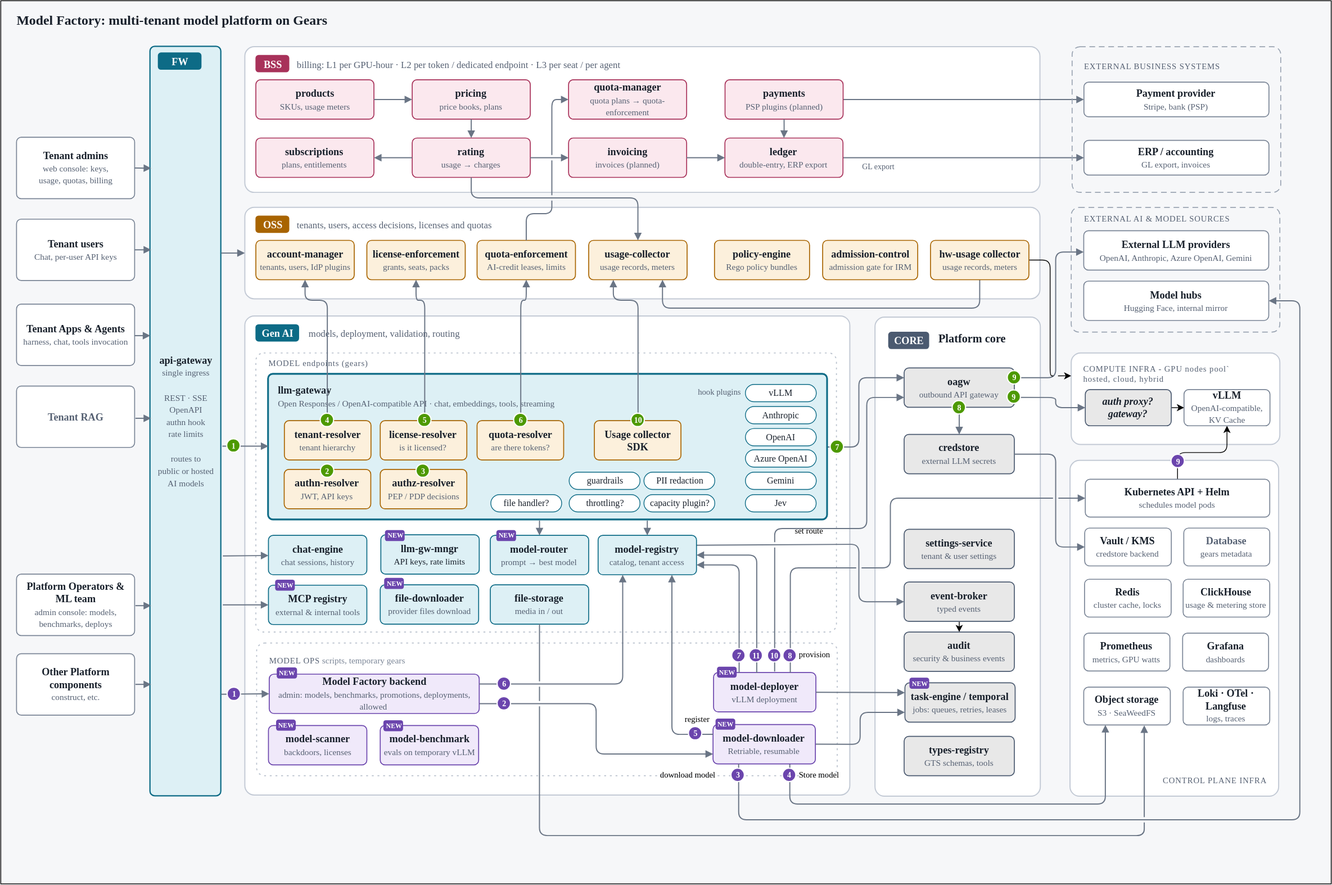
Before: docs/img/model-factory.drawio.svg, a diagram exported from draw.io (constructorfabric/token-factory). Source tidied: cells renumbered, new cells last; positions are measured from the earlier drawing's top-left corner, leaving out a move shared by most shapes.
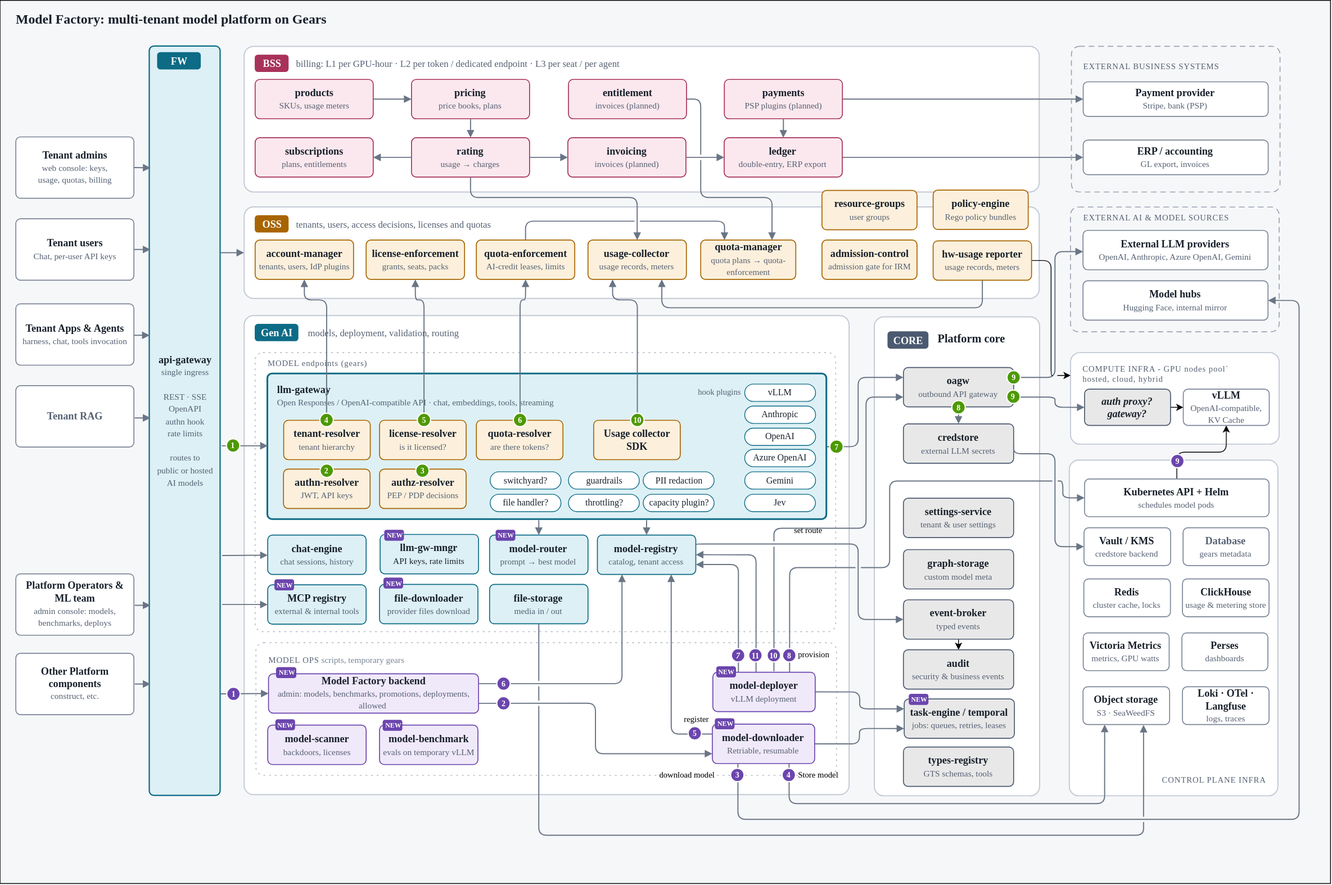
Above is the later version.

Diff of the diagram source:
```diff
@@ -62,3 +62,3 @@
     <mxCell id="21" value="&lt;span style=&quot;font-weight:600&quot;&gt;settings-service&lt;/span&gt;&lt;br&gt;&lt;span style=&quot;font-size:11px;color:#566173&quot;&gt;tenant &amp;amp; user settings&lt;/span&gt;" style="rounded=1;absoluteArcSize=1;arcSize=12;whiteSpace=wrap;html=1;fillColor=light-dark(#e8e8e8, #1e2025);strokeColor=#4b5a70;strokeWidth=1.2;align=center;verticalAlign=middle;spacing=4;spacingTop=0;fontSize=13;fontColor=#18202b;fontFamily=IBM Plex Sans Condensed;fontSource=https%3A%2F%2Ffonts.googleapis.com%2Fcss%3Ffamily%3DIBM%2BPlex%2BSans%2BCondensed%3A400%2C500%2C600;" parent="1" vertex="1">
-      <mxGeometry x="1147.5" y="671" width="140" height="50" as="geometry" />
+      <mxGeometry x="1147.5" y="632" width="140" height="50" as="geometry" />
     </mxCell>
@@ -83,3 +83,3 @@
           <mxPoint x="1090" y="690" />
-          <mxPoint x="1090" y="763" />
+          <mxPoint x="1090" y="786" />
         </Array>
@@ -106,3 +106,3 @@
     <mxCell id="32" value="&lt;span style=&quot;font-weight:600&quot;&gt;task-engine / temporal&lt;/span&gt;&lt;br&gt;&lt;span style=&quot;font-size: 11px; color: rgb(86, 97, 115);&quot;&gt;jobs: queues, retries, leases&lt;/span&gt;" style="rounded=1;absoluteArcSize=1;arcSize=12;whiteSpace=wrap;html=1;fillColor=light-dark(#e8e8e8, #1e2025);strokeColor=#4b5a70;strokeWidth=1.2;align=center;verticalAlign=middle;spacing=4;spacingTop=0;fontSize=13;fontColor=#18202b;fontFamily=IBM Plex Sans Condensed;fontSource=https%3A%2F%2Ffonts.googleapis.com%2Fcss%3Ffamily%3DIBM%2BPlex%2BSans%2BCondensed%3A400%2C500%2C600;" parent="1" vertex="1">
-      <mxGeometry x="1148.5" y="866" width="140" height="50" as="geometry" />
+      <mxGeometry x="1148.5" y="887" width="140" height="50" as="geometry" />
     </mxCell>
@@ -115,3 +115,3 @@
     <mxCell id="35" value="&lt;span style=&quot;font-weight:600&quot;&gt;credstore&lt;/span&gt;&lt;br&gt;&lt;span style=&quot;font-size:11px;color:#566173&quot;&gt;external LLM secrets&lt;/span&gt;" style="rounded=1;absoluteArcSize=1;arcSize=12;whiteSpace=wrap;html=1;fillColor=light-dark(#e8e8e8, #1e2025);strokeColor=#4b5a70;strokeWidth=1.2;align=center;verticalAlign=middle;spacing=4;spacingTop=0;fontSize=13;fontColor=#18202b;fontFamily=IBM Plex Sans Condensed;fontSource=https%3A%2F%2Ffonts.googleapis.com%2Fcss%3Ffamily%3DIBM%2BPlex%2BSans%2BCondensed%3A400%2C500%2C600;" parent="1" vertex="1">
-      <mxGeometry x="1147.5" y="550.5" width="140" height="50" as="geometry" />
+      <mxGeometry x="1147.5" y="537.5" width="140" height="50" as="geometry" />
     </mxCell>
@@ -136,3 +136,3 @@
     <mxCell id="42" value="&lt;span style=&quot;font-weight:600&quot;&gt;types-registry&lt;/span&gt;&lt;br&gt;&lt;span style=&quot;font-size:11px;color:#566173&quot;&gt;GTS schemas, tools&lt;/span&gt;" style="rounded=1;absoluteArcSize=1;arcSize=12;whiteSpace=wrap;html=1;fillColor=light-dark(#e8e8e8, #1e2025);strokeColor=#4b5a70;strokeWidth=1.2;align=center;verticalAlign=middle;spacing=4;spacingTop=0;fontSize=13;fontColor=#18202b;fontFamily=IBM Plex Sans Condensed;fontSource=https%3A%2F%2Ffonts.googleapis.com%2Fcss%3Ffamily%3DIBM%2BPlex%2BSans%2BCondensed%3A400%2C500%2C600;" parent="1" vertex="1">
-      <mxGeometry x="1147.5" y="934" width="140" height="50" as="geometry" />
+      <mxGeometry x="1147.5" y="948" width="140" height="50" as="geometry" />
     </mxCell>
@@ -142,6 +142,6 @@
     <mxCell id="44" value="&lt;span style=&quot;font-weight:600&quot;&gt;event-broker&lt;/span&gt;&lt;br&gt;&lt;span style=&quot;font-size:11px;color:#566173&quot;&gt;typed events&lt;/span&gt;" style="rounded=1;absoluteArcSize=1;arcSize=12;whiteSpace=wrap;html=1;fillColor=light-dark(#e8e8e8, #1e2025);strokeColor=#4b5a70;strokeWidth=1.2;align=center;verticalAlign=middle;spacing=4;spacingTop=0;fontSize=13;fontColor=#18202b;fontFamily=IBM Plex Sans Condensed;fontSource=https%3A%2F%2Ffonts.googleapis.com%2Fcss%3Ffamily%3DIBM%2BPlex%2BSans%2BCondensed%3A400%2C500%2C600;" parent="1" vertex="1">
-      <mxGeometry x="1147.5" y="738" width="140" height="50" as="geometry" />
+      <mxGeometry x="1147.5" y="761" width="140" height="50" as="geometry" />
     </mxCell>
     <mxCell id="45" value="&lt;span style=&quot;font-weight:600&quot;&gt;policy-engine&lt;/span&gt;&lt;br&gt;&lt;span style=&quot;font-size:11px;color:#566173&quot;&gt;Rego policy bundles&lt;/span&gt;" style="rounded=1;absoluteArcSize=1;arcSize=12;whiteSpace=wrap;html=1;fillColor=#fcf0dc;strokeColor=#a86400;strokeWidth=1.2;align=center;verticalAlign=middle;spacing=4;spacingTop=0;fontSize=13;fontColor=#18202b;fontFamily=IBM Plex Sans Condensed;fontSource=https%3A%2F%2Ffonts.googleapis.com%2Fcss%3Ffamily%3DIBM%2BPlex%2BSans%2BCondensed%3A400%2C500%2C600;" parent="1" vertex="1">
-      <mxGeometry x="906.6" y="304" width="120.8" height="50" as="geometry" />
+      <mxGeometry x="1185.2" y="240.6" width="120.8" height="50" as="geometry" />
     </mxCell>
@@ -174,3 +174,3 @@
     </mxCell>
-    <mxCell id="55" value="&lt;span style=&quot;font-weight:600&quot;&gt;Prometheus&lt;/span&gt;&lt;br&gt;&lt;span style=&quot;font-size: 11px; color: rgb(86, 97, 115);&quot;&gt;metrics, GPU watts&lt;/span&gt;" style="rounded=1;absoluteArcSize=1;arcSize=12;whiteSpace=wrap;html=1;fillColor=#ffffff;strokeColor=#7a8596;strokeWidth=1.2;align=center;verticalAlign=middle;spacing=4;spacingTop=0;fontSize=13;fontColor=#18202b;fontFamily=IBM Plex Sans Condensed;fontSource=https%3A%2F%2Ffonts.googleapis.com%2Fcss%3Ffamily%3DIBM%2BPlex%2BSans%2BCondensed%3A400%2C500%2C600;" parent="1" vertex="1">
+    <mxCell id="55" value="&lt;span style=&quot;font-weight:600&quot;&gt;Victoria Metrics&lt;/span&gt;&lt;br&gt;&lt;span style=&quot;font-size: 11px; color: rgb(86, 97, 115);&quot;&gt;metrics, GPU watts&lt;/span&gt;" style="rounded=1;absoluteArcSize=1;arcSize=12;whiteSpace=wrap;html=1;fillColor=#ffffff;strokeColor=#7a8596;strokeWidth=1.2;align=center;verticalAlign=middle;spacing=4;spacingTop=0;fontSize=13;fontColor=#18202b;fontFamily=IBM Plex Sans Condensed;fontSource=https%3A%2F%2Ffonts.googleapis.com%2Fcss%3Ffamily%3DIBM%2BPlex%2BSans%2BCondensed%3A400%2C500%2C600;" parent="1" vertex="1">
       <mxGeometry x="1375.9" y="803" width="109.2" height="48" as="geometry" />
@@ -314,3 +314,3 @@
     <mxCell id="87" value="&lt;span style=&quot;font-weight:600&quot;&gt;audit&lt;/span&gt;&lt;br&gt;&lt;span style=&quot;font-size:11px;color:#566173&quot;&gt;security &amp;amp; business events&lt;/span&gt;" style="rounded=1;absoluteArcSize=1;arcSize=12;whiteSpace=wrap;html=1;fillColor=light-dark(#e8e8e8, #1e2025);strokeColor=#4b5a70;strokeWidth=1.2;align=center;verticalAlign=middle;spacing=4;spacingTop=0;fontSize=13;fontColor=#18202b;fontFamily=IBM Plex Sans Condensed;fontSource=https%3A%2F%2Ffonts.googleapis.com%2Fcss%3Ffamily%3DIBM%2BPlex%2BSans%2BCondensed%3A400%2C500%2C600;" parent="1" vertex="1">
-      <mxGeometry x="1147.5" y="801.5" width="140" height="50" as="geometry" />
+      <mxGeometry x="1147.5" y="824.5" width="140" height="50" as="geometry" />
     </mxCell>
@@ -354,5 +354,2 @@
     </mxCell>
-    <mxCell id="99" value="&lt;span style=&quot;font-weight:600&quot;&gt;quota-manager&lt;/span&gt;&lt;br&gt;&lt;span style=&quot;font-size:11px;color:#566173&quot;&gt;quota plans → quota-enforcement&lt;/span&gt;" style="rounded=1;absoluteArcSize=1;arcSize=12;whiteSpace=wrap;html=1;fillColor=#fbe8ee;strokeColor=#a8325a;strokeWidth=1.2;align=center;verticalAlign=middle;spacing=4;spacingTop=0;fontSize=13;fontColor=#18202b;fontFamily=IBM Plex Sans Condensed;fontSource=https%3A%2F%2Ffonts.googleapis.com%2Fcss%3Ffamily%3DIBM%2BPlex%2BSans%2BCondensed%3A400%2C500%2C600;" parent="95" vertex="1">
-      <mxGeometry x="397.2" width="150" height="50" as="geometry" />
-    </mxCell>
     <mxCell id="100" value="&lt;span style=&quot;font-weight:600&quot;&gt;payments&lt;/span&gt;&lt;br&gt;&lt;span style=&quot;font-size:11px;color:#566173&quot;&gt;PSP plugins (planned)&lt;/span&gt;" style="rounded=1;absoluteArcSize=1;arcSize=12;whiteSpace=wrap;html=1;fillColor=#fbe8ee;strokeColor=#a8325a;strokeWidth=1.2;align=center;verticalAlign=middle;spacing=4;spacingTop=0;fontSize=13;fontColor=#18202b;fontFamily=IBM Plex Sans Condensed;fontSource=https%3A%2F%2Ffonts.googleapis.com%2Fcss%3Ffamily%3DIBM%2BPlex%2BSans%2BCondensed%3A400%2C500%2C600;" parent="95" vertex="1">
@@ -387,5 +384,2 @@
     </mxCell>
-    <mxCell id="110" value="GL export" style="text;html=1;whiteSpace=nowrap;align=left;verticalAlign=top;spacing=0;fontSize=10;fontColor=#566173;fontFamily=IBM Plex Sans Condensed;fontSource=https%3A%2F%2Ffonts.googleapis.com%2Fcss%3Ffamily%3DIBM%2BPlex%2BSans%2BCondensed%3A400%2C500%2C600;" parent="95" vertex="1">
-      <mxGeometry x="770.3" y="100" width="43.9" height="13" as="geometry" />
-    </mxCell>
     <mxCell id="111" value="CORE" style="rounded=1;absoluteArcSize=1;arcSize=8;html=1;fillColor=#4b5a70;strokeColor=none;fontColor=#ffffff;fontSize=13;fontStyle=1;fontFamily=IBM Plex Sans;fontSource=https%3A%2F%2Ffonts.googleapis.com%2Fcss%3Ffamily%3DIBM%2BPlex%2BSans%3A400%2C600;align=center;verticalAlign=middle;spacing=0;" parent="1" vertex="1">
@@ -402,5 +396,7 @@
         <Array as="points">
-          <mxPoint x="1002.9" y="720" />
+          <mxPoint x="1003" y="720" />
           <mxPoint x="1130" y="720" />
-          <mxPoint x="1130" y="631.4" />
+          <mxPoint x="1130" y="610" />
+          <mxPoint x="1350" y="610" />
+          <mxPoint x="1350" y="631.5" />
         </Array>
@@ -408,3 +404,3 @@
     </mxCell>
-    <mxCell id="115" value="&lt;span style=&quot;font-weight:600&quot;&gt;Grafana&lt;/span&gt;&lt;br&gt;&lt;span style=&quot;font-size: 11px; color: rgb(86, 97, 115);&quot;&gt;dashboards&lt;/span&gt;" style="rounded=1;absoluteArcSize=1;arcSize=12;whiteSpace=wrap;html=1;fillColor=#ffffff;strokeColor=#7a8596;strokeWidth=1.2;align=center;verticalAlign=middle;spacing=4;spacingTop=0;fontSize=13;fontColor=#18202b;fontFamily=IBM Plex Sans Condensed;fontSource=https://fonts.googleapis.com/css?family=IBM+Plex+Sans+Condensed:400,500,600;" parent="1" vertex="1">
+    <mxCell id="115" value="&lt;span style=&quot;font-weight:600&quot;&gt;Perses&lt;/span&gt;&lt;br&gt;&lt;span style=&quot;font-size: 11px; color: rgb(86, 97, 115);&quot;&gt;dashboards&lt;/span&gt;" style="rounded=1;absoluteArcSize=1;arcSize=12;whiteSpace=wrap;html=1;fillColor=#ffffff;strokeColor=#7a8596;strokeWidth=1.2;align=center;verticalAlign=middle;spacing=4;spacingTop=0;fontSize=13;fontColor=#18202b;fontFamily=IBM Plex Sans Condensed;fontSource=https://fonts.googleapis.com/css?family=IBM+Plex+Sans+Condensed:400,500,600;" parent="1" vertex="1">
       <mxGeometry x="1501.2" y="803" width="109.2" height="48" as="geometry" />
@@ -504,8 +500,7 @@
     </mxCell>
-    <mxCell id="140" style="edgeStyle=orthogonalEdgeStyle;rounded=1;html=1;endArrow=block;endFill=1;endSize=6;strokeColor=#6a7585;strokeWidth=1.4;exitX=0.5;exitY=0;exitDx=0;exitDy=0;entryX=0;entryY=0.5;entryDx=0;entryDy=0;jumpStyle=gap;" parent="1" edge="1" source="19" target="99">
+    <mxCell id="140" style="edgeStyle=orthogonalEdgeStyle;rounded=1;html=1;endArrow=block;endFill=1;endSize=6;strokeColor=#6a7585;strokeWidth=1.4;exitX=0.5;exitY=0;exitDx=0;exitDy=0;entryX=0.25;entryY=0;entryDx=0;entryDy=0;jumpStyle=gap;" parent="1" edge="1" source="19" target="99">
       <mxGeometry relative="1" as="geometry">
         <Array as="points">
-          <mxPoint x="667.5" y="270" />
-          <mxPoint x="700" y="270" />
-          <mxPoint x="700" y="125" />
+          <mxPoint x="667.5" y="280.1" />
+          <mxPoint x="920.1" y="280.1" />
         </Array>
@@ -680,3 +675,3 @@
     <mxCell id="188" value="NEW" style="rounded=1;absoluteArcSize=1;arcSize=6;html=1;fillColor=#6b45ad;strokeColor=none;fontColor=#ffffff;fontSize=8.5;fontStyle=1;fontFamily=IBM Plex Mono;fontSource=https://fonts.googleapis.com/css?family=IBM+Plex+Mono:500,600;align=center;verticalAlign=middle;spacing=0;" parent="1" vertex="1">
-      <mxGeometry x="1154.8" y="860" width="25" height="14" as="geometry" />
+      <mxGeometry x="1154.8" y="881" width="25" height="14" as="geometry" />
     </mxCell>
@@ -697,4 +692,4 @@
         <Array as="points">
-          <mxPoint x="1243.5" y="390.1" />
-          <mxPoint x="840.5" y="390.1" />
+          <mxPoint x="1247.8" y="390.1" />
+          <mxPoint x="840.6" y="390.1" />
         </Array>
@@ -702,5 +697,29 @@
     </mxCell>
-    <mxCell id="194" value="&lt;span style=&quot;font-weight:600&quot;&gt;hw-usage collector&lt;/span&gt;&lt;br&gt;&lt;span style=&quot;font-size: 11px; color: rgb(86, 97, 115);&quot;&gt;usage records, meters&lt;/span&gt;" style="rounded=1;absoluteArcSize=1;arcSize=12;whiteSpace=wrap;html=1;fillColor=#fcf0dc;strokeColor=#a86400;strokeWidth=1.2;align=center;verticalAlign=middle;spacing=4;spacingTop=0;fontSize=13;fontColor=#18202b;fontFamily=IBM Plex Sans Condensed;fontSource=https://fonts.googleapis.com/css?family=IBM+Plex+Sans+Condensed:400,500,600;" parent="1" vertex="1">
-      <mxGeometry x="1181" y="304" width="125" height="50" as="geometry" />
+    <mxCell id="194" value="&lt;span style=&quot;font-weight:600&quot;&gt;hw-usage reporter&lt;/span&gt;&lt;br&gt;&lt;span style=&quot;font-size: 11px; color: rgb(86, 97, 115);&quot;&gt;usage records, meters&lt;/span&gt;" style="rounded=1;absoluteArcSize=1;arcSize=12;whiteSpace=wrap;html=1;fillColor=#fcf0dc;strokeColor=#a86400;strokeWidth=1.2;align=center;verticalAlign=middle;spacing=4;spacingTop=0;fontSize=13;fontColor=#18202b;fontFamily=IBM Plex Sans Condensed;fontSource=https://fonts.googleapis.com/css?family=IBM+Plex+Sans+Condensed:400,500,600;" parent="1" vertex="1">
+      <mxGeometry x="1185.2" y="305" width="125" height="50" as="geometry" />
     </mxCell>
+    <mxCell id="99" value="&lt;span style=&quot;font-weight:600&quot;&gt;quota-manager&lt;/span&gt;&lt;br&gt;&lt;span style=&quot;font-size:11px;color:#566173&quot;&gt;quota plans → quota-enforcement&lt;/span&gt;" style="rounded=1;absoluteArcSize=1;arcSize=12;whiteSpace=wrap;html=1;fillColor=#fcf0dc;strokeColor=#a86400;strokeWidth=1.2;align=center;verticalAlign=middle;spacing=4;spacingTop=0;fontSize=13;fontColor=#18202b;fontFamily=IBM Plex Sans Condensed;fontSource=https%3A%2F%2Ffonts.googleapis.com%2Fcss%3Ffamily%3DIBM%2BPlex%2BSans%2BCondensed%3A400%2C500%2C600;" parent="1" vertex="1">
+      <mxGeometry x="890" y="304" width="120.8" height="50" as="geometry" />
+    </mxCell>
+    <mxCell id="195" style="edgeStyle=orthogonalEdgeStyle;html=1;exitX=1;exitY=0.5;exitDx=0;exitDy=0;jumpStyle=gap;rounded=1;strokeColor=#6a7585;strokeWidth=1.4;align=center;verticalAlign=middle;fontFamily=Helvetica;fontSize=11;fontColor=default;labelBackgroundColor=default;endArrow=block;endFill=1;endSize=6;entryX=0.75;entryY=0;entryDx=0;entryDy=0;" parent="1" edge="1" source="196" target="99">
+      <mxGeometry relative="1" as="geometry">
+        <Array as="points">
+          <mxPoint x="890" y="125" />
+          <mxPoint x="890" y="250.1" />
+          <mxPoint x="980" y="250.1" />
+        </Array>
+      </mxGeometry>
+    </mxCell>
+    <mxCell id="196" value="&lt;span style=&quot;font-weight:600&quot;&gt;entitlement&lt;/span&gt;&lt;br&gt;&lt;span style=&quot;font-size: 11px; color: rgb(86, 97, 115);&quot;&gt;invoices (planned)&lt;/span&gt;" style="rounded=1;absoluteArcSize=1;arcSize=12;whiteSpace=wrap;html=1;fillColor=#fbe8ee;strokeColor=#a8325a;strokeWidth=1.2;align=center;verticalAlign=middle;spacing=4;spacingTop=0;fontSize=13;fontColor=#18202b;fontFamily=IBM Plex Sans Condensed;fontSource=https://fonts.googleapis.com/css?family=IBM+Plex+Sans+Condensed:400,500,600;" parent="1" vertex="1">
+      <mxGeometry x="722" y="100" width="150" height="50" as="geometry" />
+    </mxCell>
+    <mxCell id="197" value="&lt;span style=&quot;font-weight:600&quot;&gt;resource-groups&lt;/span&gt;&lt;br&gt;&lt;font color=&quot;#566173&quot;&gt;&lt;span style=&quot;font-size: 11px;&quot;&gt;user groups&lt;/span&gt;&lt;/font&gt;" style="rounded=1;absoluteArcSize=1;arcSize=12;whiteSpace=wrap;html=1;fillColor=#fcf0dc;strokeColor=#a86400;strokeWidth=1.2;align=center;verticalAlign=middle;spacing=4;spacingTop=0;fontSize=13;fontColor=#18202b;fontFamily=IBM Plex Sans Condensed;fontSource=https://fonts.googleapis.com/css?family=IBM+Plex+Sans+Condensed:400,500,600;" parent="1" vertex="1">
+      <mxGeometry x="1044" y="241" width="120.8" height="50" as="geometry" />
+    </mxCell>
+    <mxCell id="198" value="&lt;span style=&quot;font-weight:600&quot;&gt;graph-storage&lt;/span&gt;&lt;br&gt;&lt;span style=&quot;font-size: 11px; color: rgb(86, 97, 115);&quot;&gt;custom model meta&lt;/span&gt;" style="rounded=1;absoluteArcSize=1;arcSize=12;whiteSpace=wrap;html=1;fillColor=light-dark(#e8e8e8, #1e2025);strokeColor=#4b5a70;strokeWidth=1.2;align=center;verticalAlign=middle;spacing=4;spacingTop=0;fontSize=13;fontColor=#18202b;fontFamily=IBM Plex Sans Condensed;fontSource=https://fonts.googleapis.com/css?family=IBM+Plex+Sans+Condensed:400,500,600;" parent="1" vertex="1">
+      <mxGeometry x="1147.5" y="697.2" width="140" height="50" as="geometry" />
+    </mxCell>
+    <mxCell id="199" value="switchyard?" style="rounded=1;absoluteArcSize=1;arcSize=90;html=1;fillColor=#ffffff;strokeColor=#0d6b86;strokeWidth=1;fontColor=#18202b;fontSize=11.5;fontFamily=IBM Plex Sans Condensed;fontSource=https://fonts.googleapis.com/css?family=IBM+Plex+Sans+Condensed:400,500,600;align=center;verticalAlign=middle;spacing=0;" parent="1" vertex="1">
+      <mxGeometry x="622.5" y="598.4" width="90" height="22" as="geometry" />
+    </mxCell>
   </root>
```
